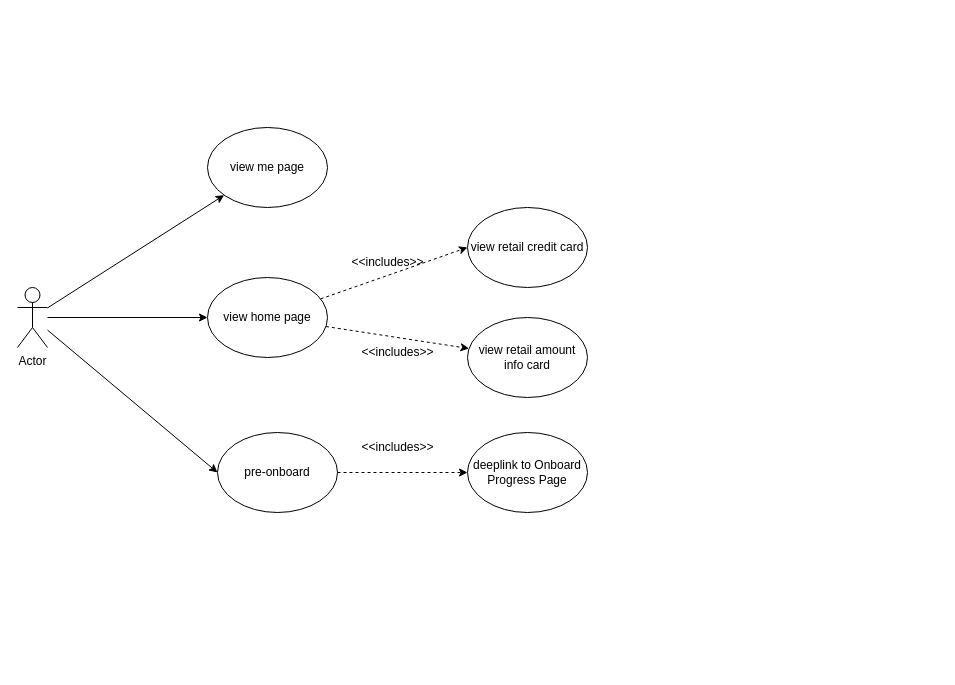
The draw.io diagram page "use case" (1 of 2) of retail-home-credit-use-case.drawio in RexYao97/sfrex, before the edit. Source tidied: cells renumbered, new cells numbered last; positions are measured from the earlier drawing's top-left corner, leaving out a move shared by most shapes. Both pictures are drawn from the tidied source at 100%, with x=0, y=0 at pixel (17, 127).
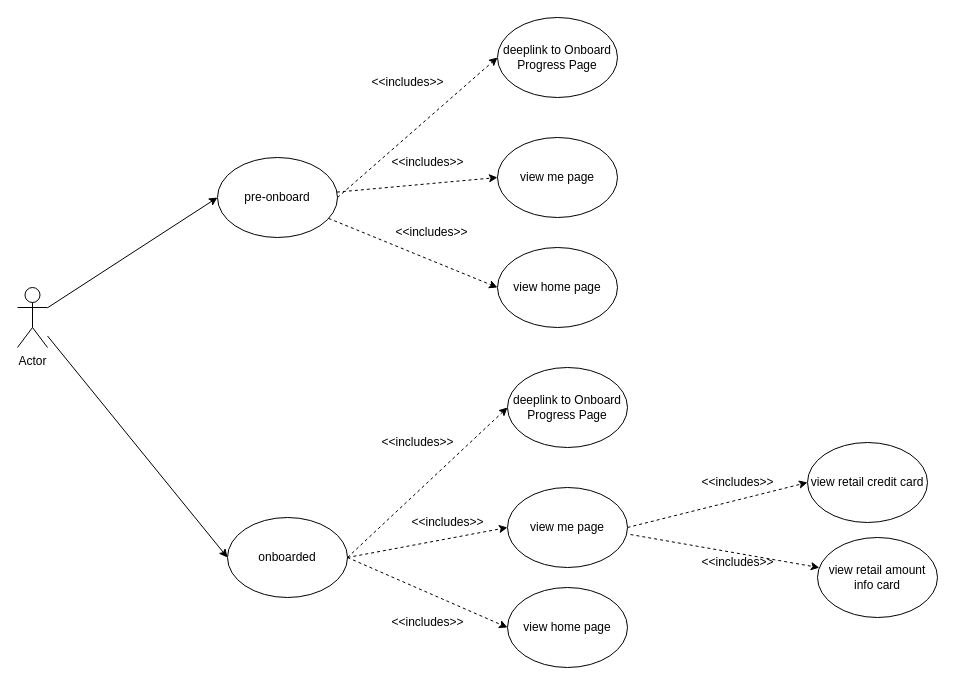
The same diagram, later.

The change refers to these unchanged cells:
```xml
<mxCell id="5" value="Actor" style="shape=umlActor;verticalLabelPosition=bottom;verticalAlign=top;html=1;outlineConnect=0;" parent="1" vertex="1">
  <mxGeometry y="160" width="30" height="60" as="geometry" />
</mxCell>
```

The edit, as a diff of the source:
```diff
@@
-    <mxCell id="2" style="rounded=0;jettySize=auto;html=1;entryX=0;entryY=0.5;entryDx=0;entryDy=0;" parent="1" edge="1" source="5" target="8">
+    <mxCell id="2" style="rounded=0;jettySize=auto;html=1;entryX=0;entryY=0.5;entryDx=0;entryDy=0;" parent="1" edge="1" source="5" target="27">
       <mxGeometry relative="1" as="geometry" />
     </mxCell>
-    <mxCell id="3" style="rounded=0;jettySize=auto;html=1;" parent="1" edge="1" source="5" target="9">
-      <mxGeometry relative="1" as="geometry" />
-    </mxCell>
@@
-    <mxCell id="6" style="rounded=0;jettySize=auto;html=1;entryX=0;entryY=0.5;entryDx=0;entryDy=0;dashed=1;" parent="1" edge="1" source="8" target="10">
-      <mxGeometry relative="1" as="geometry" />
-    </mxCell>
-    <mxCell id="7" style="rounded=0;jettySize=auto;html=1;dashed=1;" parent="1" edge="1" source="8" target="11">
-      <mxGeometry relative="1" as="geometry" />
-    </mxCell>
-    <mxCell id="8" value="view home page" style="ellipse;whiteSpace=wrap;html=1;" parent="1" vertex="1">
-      <mxGeometry x="190" y="150" width="120" height="80" as="geometry" />
-    </mxCell>
-    <mxCell id="9" value="view me page" style="ellipse;whiteSpace=wrap;html=1;" parent="1" vertex="1">
-      <mxGeometry x="190" width="120" height="80" as="geometry" />
-    </mxCell>
-    <mxCell id="10" value="view retail credit card" style="ellipse;whiteSpace=wrap;html=1;" parent="1" vertex="1">
-      <mxGeometry x="450" y="80" width="120" height="80" as="geometry" />
-    </mxCell>
-    <mxCell id="11" value="view retail amount info card" style="ellipse;whiteSpace=wrap;html=1;" parent="1" vertex="1">
-      <mxGeometry x="450" y="190" width="120" height="80" as="geometry" />
-    </mxCell>
-    <mxCell id="12" value="&amp;lt;&amp;lt;includes&amp;gt;&amp;gt;" style="text;html=1;align=center;verticalAlign=middle;strokeColor=none;fillColor=none;" parent="1" vertex="1">
-      <mxGeometry x="330" y="210" width="100" height="30" as="geometry" />
-    </mxCell>
-    <mxCell id="13" value="&amp;lt;&amp;lt;includes&amp;gt;&amp;gt;" style="text;html=1;align=center;verticalAlign=middle;strokeColor=none;fillColor=none;" parent="1" vertex="1">
-      <mxGeometry x="320" y="120" width="100" height="30" as="geometry" />
-    </mxCell>
+    <mxCell id="18" style="rounded=0;jettySize=auto;html=1;entryX=0;entryY=0.5;entryDx=0;entryDy=0;dashed=1;" parent="1" edge="1" source="14" target="20">
+      <mxGeometry relative="1" as="geometry" />
+    </mxCell>
+    <mxCell id="19" style="rounded=0;jettySize=auto;html=1;dashed=1;entryX=0;entryY=0.5;entryDx=0;entryDy=0;" parent="1" edge="1" source="14" target="26">
+      <mxGeometry relative="1" as="geometry" />
+    </mxCell>
     <mxCell id="14" value="pre-onboard" style="ellipse;whiteSpace=wrap;html=1;" parent="1" vertex="1">
-      <mxGeometry x="200" y="305" width="120" height="80" as="geometry" />
+      <mxGeometry x="200" y="30" width="120" height="80" as="geometry" />
     </mxCell>
     <mxCell id="15" value="deeplink to Onboard Progress Page" style="ellipse;whiteSpace=wrap;html=1;" parent="1" vertex="1">
-      <mxGeometry x="450" y="305" width="120" height="80" as="geometry" />
+      <mxGeometry x="480" y="-110" width="120" height="80" as="geometry" />
     </mxCell>
@@
     <mxCell id="17" value="&amp;lt;&amp;lt;includes&amp;gt;&amp;gt;" style="text;html=1;align=center;verticalAlign=middle;strokeColor=none;fillColor=none;" parent="1" vertex="1">
-      <mxGeometry x="330" y="305" width="100" height="30" as="geometry" />
+      <mxGeometry x="340" y="-60" width="100" height="30" as="geometry" />
     </mxCell>
+    <mxCell id="20" value="view me page" style="ellipse;whiteSpace=wrap;html=1;" parent="1" vertex="1">
+      <mxGeometry x="480" y="10" width="120" height="80" as="geometry" />
+    </mxCell>
+    <mxCell id="21" style="rounded=0;jettySize=auto;html=1;entryX=0;entryY=0.5;entryDx=0;entryDy=0;dashed=1;exitX=1;exitY=0.5;exitDx=0;exitDy=0;" parent="1" edge="1" source="29" target="10">
+      <mxGeometry relative="1" as="geometry" />
+    </mxCell>
+    <mxCell id="22" style="rounded=0;jettySize=auto;html=1;dashed=1;exitX=1.025;exitY=0.588;exitDx=0;exitDy=0;exitPerimeter=0;" parent="1" edge="1" source="29" target="11">
+      <mxGeometry relative="1" as="geometry" />
+    </mxCell>
+    <mxCell id="10" value="view retail credit card" style="ellipse;whiteSpace=wrap;html=1;" parent="1" vertex="1">
+      <mxGeometry x="790" y="315" width="120" height="80" as="geometry" />
+    </mxCell>
+    <mxCell id="11" value="view retail amount info card" style="ellipse;whiteSpace=wrap;html=1;" parent="1" vertex="1">
+      <mxGeometry x="800" y="410" width="120" height="80" as="geometry" />
+    </mxCell>
+    <mxCell id="23" value="&amp;lt;&amp;lt;includes&amp;gt;&amp;gt;" style="text;html=1;align=center;verticalAlign=middle;strokeColor=none;fillColor=none;" parent="1" vertex="1">
+      <mxGeometry x="670" y="420" width="100" height="30" as="geometry" />
+    </mxCell>
+    <mxCell id="24" value="&amp;lt;&amp;lt;includes&amp;gt;&amp;gt;" style="text;html=1;align=center;verticalAlign=middle;strokeColor=none;fillColor=none;" parent="1" vertex="1">
+      <mxGeometry x="670" y="340" width="100" height="30" as="geometry" />
+    </mxCell>
+    <mxCell id="25" style="rounded=0;jettySize=auto;html=1;entryX=0;entryY=0.5;entryDx=0;entryDy=0;dashed=1;exitX=1;exitY=0.5;exitDx=0;exitDy=0;" parent="1" edge="1" source="27" target="28">
+      <mxGeometry relative="1" as="geometry" />
+    </mxCell>
+    <mxCell id="26" value="view home page" style="ellipse;whiteSpace=wrap;html=1;" parent="1" vertex="1">
+      <mxGeometry x="480" y="120" width="120" height="80" as="geometry" />
+    </mxCell>
+    <mxCell id="27" value="onboarded" style="ellipse;whiteSpace=wrap;html=1;" parent="1" vertex="1">
+      <mxGeometry x="210" y="390" width="120" height="80" as="geometry" />
+    </mxCell>
+    <mxCell id="28" value="deeplink to Onboard Progress Page" style="ellipse;whiteSpace=wrap;html=1;" parent="1" vertex="1">
+      <mxGeometry x="490" y="240" width="120" height="80" as="geometry" />
+    </mxCell>
+    <mxCell id="29" value="view me page" style="ellipse;whiteSpace=wrap;html=1;" parent="1" vertex="1">
+      <mxGeometry x="490" y="360" width="120" height="80" as="geometry" />
+    </mxCell>
+    <mxCell id="30" value="view home page" style="ellipse;whiteSpace=wrap;html=1;" parent="1" vertex="1">
+      <mxGeometry x="490" y="460" width="120" height="80" as="geometry" />
+    </mxCell>
+    <mxCell id="31" style="rounded=0;jettySize=auto;html=1;entryX=0;entryY=0.5;entryDx=0;entryDy=0;dashed=1;exitX=1;exitY=0.5;exitDx=0;exitDy=0;" parent="1" edge="1" source="27" target="29">
+      <mxGeometry relative="1" as="geometry" />
+    </mxCell>
+    <mxCell id="32" style="rounded=0;jettySize=auto;html=1;entryX=0;entryY=0.5;entryDx=0;entryDy=0;dashed=1;" parent="1" edge="1" target="30">
+      <mxGeometry relative="1" as="geometry">
+        <mxPoint x="330" y="430" as="sourcePoint" />
+      </mxGeometry>
+    </mxCell>
+    <mxCell id="33" value="&amp;lt;&amp;lt;includes&amp;gt;&amp;gt;" style="text;html=1;align=center;verticalAlign=middle;strokeColor=none;fillColor=none;" parent="1" vertex="1">
+      <mxGeometry x="360" y="20" width="100" height="30" as="geometry" />
+    </mxCell>
+    <mxCell id="34" value="&amp;lt;&amp;lt;includes&amp;gt;&amp;gt;" style="text;html=1;align=center;verticalAlign=middle;strokeColor=none;fillColor=none;" parent="1" vertex="1">
+      <mxGeometry x="364" y="90" width="100" height="30" as="geometry" />
+    </mxCell>
+    <mxCell id="35" value="&amp;lt;&amp;lt;includes&amp;gt;&amp;gt;" style="text;html=1;align=center;verticalAlign=middle;strokeColor=none;fillColor=none;" parent="1" vertex="1">
+      <mxGeometry x="350" y="300" width="100" height="30" as="geometry" />
+    </mxCell>
+    <mxCell id="36" value="&amp;lt;&amp;lt;includes&amp;gt;&amp;gt;" style="text;html=1;align=center;verticalAlign=middle;strokeColor=none;fillColor=none;" parent="1" vertex="1">
+      <mxGeometry x="380" y="380" width="100" height="30" as="geometry" />
+    </mxCell>
+    <mxCell id="37" value="&amp;lt;&amp;lt;includes&amp;gt;&amp;gt;" style="text;html=1;align=center;verticalAlign=middle;strokeColor=none;fillColor=none;" parent="1" vertex="1">
+      <mxGeometry x="360" y="480" width="100" height="30" as="geometry" />
+    </mxCell>
```
